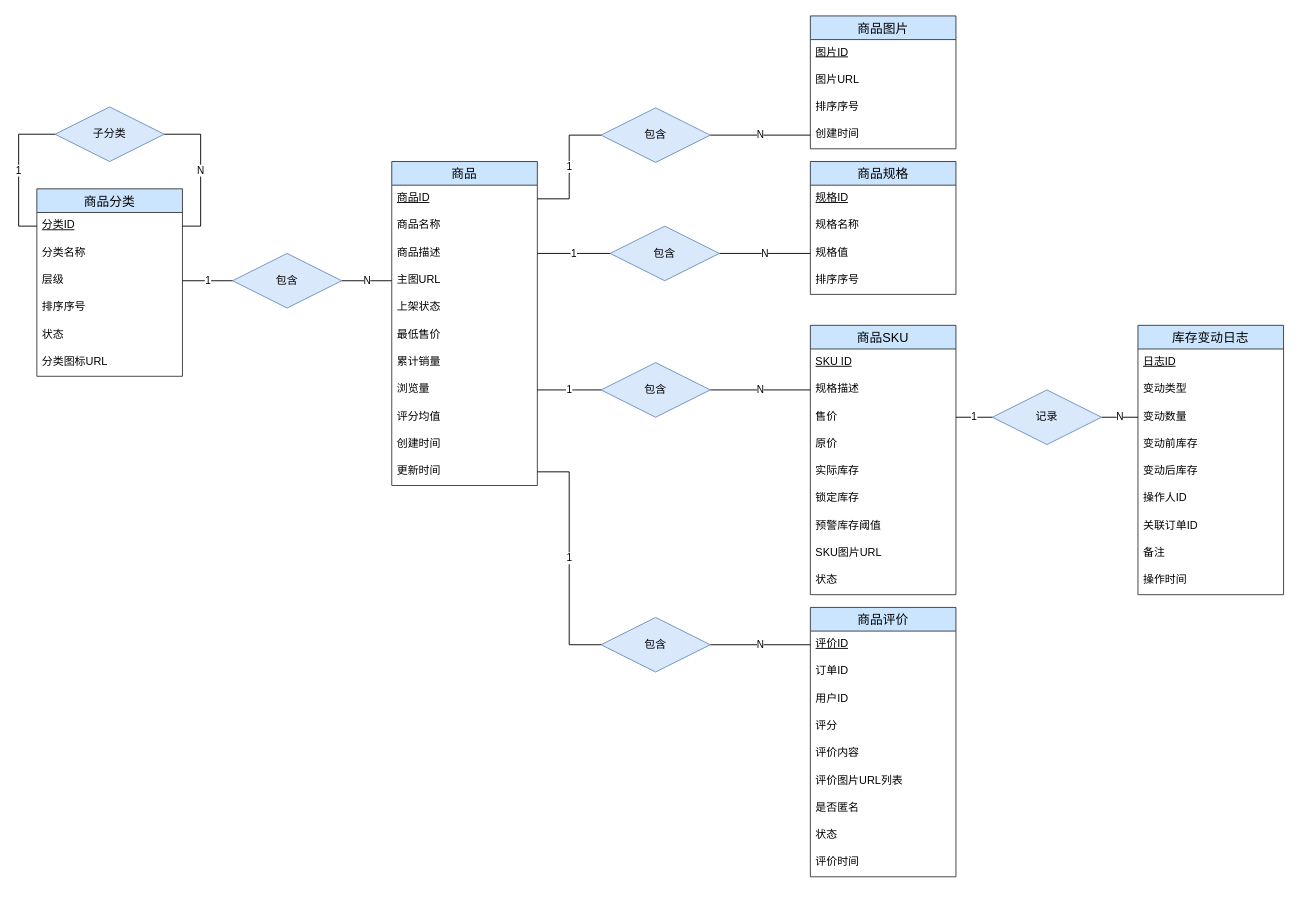
The draw.io diagram docs/ERGraph/2.3.drawio in Stonerxx/E-commerce-management, before the edit. Source tidied: cells renumbered, new cells numbered last; positions are measured from the earlier drawing's top-left corner, leaving out a move shared by most shapes. Both pictures are drawn from the tidied source at 91%, with x=0, y=0 at pixel (36, 15).
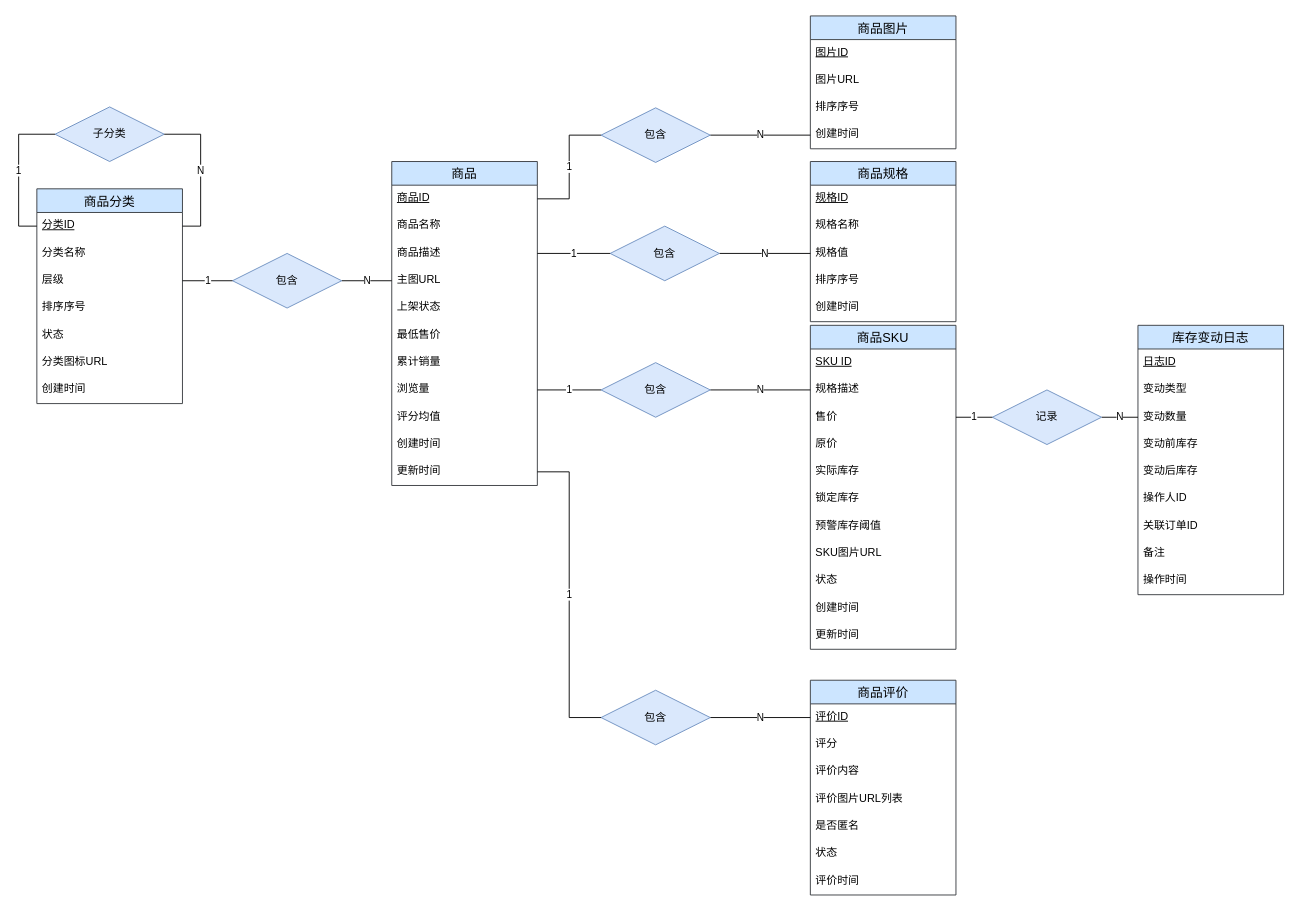
The same diagram, later.

Change to the diagram source:
```diff
@@
     <mxCell id="2" value="商品分类" style="swimlane;fontStyle=0;horizontal=1;startSize=26;align=center;fontSize=14;fillColor=#cce5ff;strokeColor=#36393d;" parent="1" vertex="1">
-      <mxGeometry y="190" width="160" height="206" as="geometry" />
+      <mxGeometry y="190" width="160" height="236" as="geometry" />
     </mxCell>
@@
+    <mxCell id="82" value="创建时间" style="text;strokeColor=none;fillColor=none;spacingLeft=4;spacingRight=4;overflow=hidden;fontSize=12;whiteSpace=wrap;html=1;" parent="2" vertex="1">
+      <mxGeometry y="206" width="160" height="30" as="geometry" />
+    </mxCell>
@@
     <mxCell id="26" value="商品规格" style="swimlane;fontStyle=0;horizontal=1;startSize=26;align=center;fontSize=14;fillColor=#cce5ff;strokeColor=#36393d;" parent="1" vertex="1">
-      <mxGeometry x="850" y="160" width="160" height="146" as="geometry" />
+      <mxGeometry x="850" y="160" width="160" height="176" as="geometry" />
     </mxCell>
@@
+    <mxCell id="83" value="创建时间" style="text;strokeColor=none;fillColor=none;spacingLeft=4;spacingRight=4;overflow=hidden;fontSize=12;whiteSpace=wrap;html=1;" parent="26" vertex="1">
+      <mxGeometry y="146" width="160" height="30" as="geometry" />
+    </mxCell>
     <mxCell id="31" value="商品SKU" style="swimlane;fontStyle=0;horizontal=1;startSize=26;align=center;fontSize=14;fillColor=#cce5ff;strokeColor=#36393d;" parent="1" vertex="1">
-      <mxGeometry x="850" y="340" width="160" height="296" as="geometry" />
+      <mxGeometry x="850" y="340" width="160" height="356" as="geometry" />
     </mxCell>
@@
+    <mxCell id="84" value="创建时间" style="text;strokeColor=none;fillColor=none;spacingLeft=4;spacingRight=4;overflow=hidden;fontSize=12;whiteSpace=wrap;html=1;" parent="31" vertex="1">
+      <mxGeometry y="296" width="160" height="30" as="geometry" />
+    </mxCell>
+    <mxCell id="85" value="更新时间" style="text;strokeColor=none;fillColor=none;spacingLeft=4;spacingRight=4;overflow=hidden;fontSize=12;whiteSpace=wrap;html=1;" parent="31" vertex="1">
+      <mxGeometry y="326" width="160" height="30" as="geometry" />
+    </mxCell>
@@
     <mxCell id="51" value="商品评价" style="swimlane;fontStyle=0;horizontal=1;startSize=26;align=center;fontSize=14;fillColor=#cce5ff;strokeColor=#36393d;" parent="1" vertex="1">
-      <mxGeometry x="850" y="650" width="160" height="296" as="geometry" />
+      <mxGeometry x="850" y="730" width="160" height="236" as="geometry" />
     </mxCell>
@@
-    <mxCell id="53" value="订单ID" style="text;strokeColor=none;fillColor=none;spacingLeft=4;spacingRight=4;overflow=hidden;fontSize=12;whiteSpace=wrap;html=1;" parent="51" vertex="1">
-      <mxGeometry y="56" width="160" height="30" as="geometry" />
-    </mxCell>
-    <mxCell id="54" value="用户ID" style="text;strokeColor=none;fillColor=none;spacingLeft=4;spacingRight=4;overflow=hidden;fontSize=12;whiteSpace=wrap;html=1;" parent="51" vertex="1">
-      <mxGeometry y="86" width="160" height="30" as="geometry" />
-    </mxCell>
     <mxCell id="55" value="评分" style="text;strokeColor=none;fillColor=none;spacingLeft=4;spacingRight=4;overflow=hidden;fontSize=12;whiteSpace=wrap;html=1;" parent="51" vertex="1">
-      <mxGeometry y="116" width="160" height="30" as="geometry" />
+      <mxGeometry y="56" width="160" height="30" as="geometry" />
     </mxCell>
     <mxCell id="56" value="评价内容" style="text;strokeColor=none;fillColor=none;spacingLeft=4;spacingRight=4;overflow=hidden;fontSize=12;whiteSpace=wrap;html=1;" parent="51" vertex="1">
-      <mxGeometry y="146" width="160" height="30" as="geometry" />
+      <mxGeometry y="86" width="160" height="30" as="geometry" />
     </mxCell>
     <mxCell id="57" value="评价图片URL列表" style="text;strokeColor=none;fillColor=none;spacingLeft=4;spacingRight=4;overflow=hidden;fontSize=12;whiteSpace=wrap;html=1;" parent="51" vertex="1">
-      <mxGeometry y="176" width="160" height="30" as="geometry" />
+      <mxGeometry y="116" width="160" height="30" as="geometry" />
     </mxCell>
     <mxCell id="58" value="是否匿名" style="text;strokeColor=none;fillColor=none;spacingLeft=4;spacingRight=4;overflow=hidden;fontSize=12;whiteSpace=wrap;html=1;" parent="51" vertex="1">
-      <mxGeometry y="206" width="160" height="30" as="geometry" />
+      <mxGeometry y="146" width="160" height="30" as="geometry" />
     </mxCell>
     <mxCell id="59" value="状态" style="text;strokeColor=none;fillColor=none;spacingLeft=4;spacingRight=4;overflow=hidden;fontSize=12;whiteSpace=wrap;html=1;" parent="51" vertex="1">
-      <mxGeometry y="236" width="160" height="30" as="geometry" />
+      <mxGeometry y="176" width="160" height="30" as="geometry" />
     </mxCell>
     <mxCell id="60" value="评价时间" style="text;strokeColor=none;fillColor=none;spacingLeft=4;spacingRight=4;overflow=hidden;fontSize=12;whiteSpace=wrap;html=1;" parent="51" vertex="1">
-      <mxGeometry y="266" width="160" height="30" as="geometry" />
+      <mxGeometry y="206" width="160" height="30" as="geometry" />
     </mxCell>
@@
     <mxCell id="80" value="包含" style="shape=rhombus;perimeter=rhombusPerimeter;whiteSpace=wrap;html=1;align=center;fillColor=#dae8fc;strokeColor=#6c8ebf;" parent="1" vertex="1">
-      <mxGeometry x="620" y="661" width="120" height="60" as="geometry" />
+      <mxGeometry x="620" y="741" width="120" height="60" as="geometry" />
     </mxCell>
```
